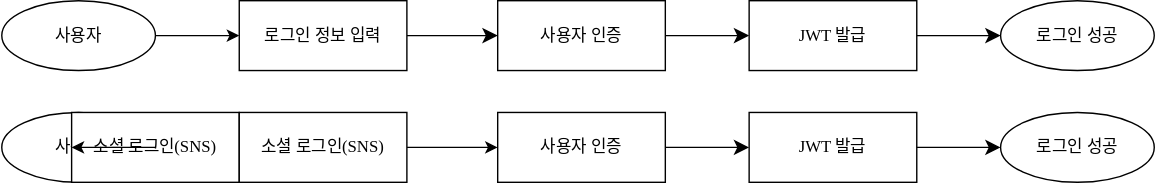
seculoper235/TEST-STUDY keeps this draw.io diagram as task_flow.drawio.svg. Above is the earlier version. Source tidied: cells renumbered, new cells last; positions are measured from the earlier drawing's top-left corner, leaving out a move shared by most shapes.
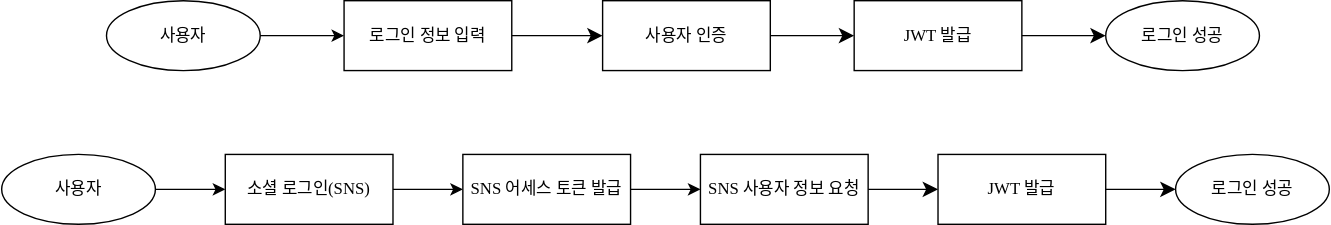
After the change.

Commit message:
[Business] 플로우에 소셜 로그인 추가 2

The edit, as a diff of the source:
```diff
@@ -29,43 +29,38 @@
     <mxCell id="10" value="&lt;span style=&quot;font-family: Verdana;&quot;&gt;로그인 성공&lt;/span&gt;" style="ellipse;whiteSpace=wrap;html=1;" parent="1" vertex="1">
       <mxGeometry x="715" width="110" height="50" as="geometry" />
     </mxCell>
-    <mxCell id="11" style="edgeStyle=none;html=1;labelBackgroundColor=none;startFill=0;startSize=8;endFill=1;endSize=8;fontFamily=Verdana;fontSize=12;exitX=1;exitY=0.5;exitDx=0;exitDy=0;entryX=0;entryY=0.5;entryDx=0;entryDy=0;" parent="1" edge="1" source="15" target="16">
+    <mxCell id="11" style="edgeStyle=none;html=1;labelBackgroundColor=none;startFill=0;startSize=8;endFill=1;endSize=8;fontFamily=Verdana;fontSize=12;exitX=1;exitY=0.5;exitDx=0;exitDy=0;entryX=0;entryY=0.5;entryDx=0;entryDy=0;" parent="1" edge="1" source="23" target="16">
       <mxGeometry relative="1" as="geometry" />
     </mxCell>
-    <mxCell id="12" style="edgeStyle=orthogonalEdgeStyle;rounded=0;jettySize=auto;html=1;exitX=1;exitY=0.5;exitDx=0;exitDy=0;entryX=0;entryY=0.5;entryDx=0;entryDy=0;" parent="1" edge="1" source="14" target="20">
-      <mxGeometry relative="1" as="geometry" />
-    </mxCell>
     <mxCell id="13" value="사용자" style="ellipse;whiteSpace=wrap;html=1;" parent="1" vertex="1">
-      <mxGeometry y="80" width="110" height="50" as="geometry" />
+      <mxGeometry x="-75" y="110" width="110" height="50" as="geometry" />
     </mxCell>
-    <mxCell id="14" value="소셜 로그인(SNS)" style="whiteSpace=wrap;html=1;rounded=0;shadow=0;comic=0;labelBackgroundColor=none;strokeWidth=1;fontFamily=Verdana;fontSize=12;align=center;" parent="1" vertex="1">
-      <mxGeometry x="50" y="80" width="120" height="50" as="geometry" />
-    </mxCell>
-    <mxCell id="15" value="사용자 인증" style="whiteSpace=wrap;html=1;rounded=0;shadow=0;comic=0;labelBackgroundColor=none;strokeWidth=1;fontFamily=Verdana;fontSize=12;align=center;" parent="1" vertex="1">
-      <mxGeometry x="355" y="80" width="120" height="50" as="geometry" />
-    </mxCell>
     <mxCell id="16" value="JWT 발급" style="whiteSpace=wrap;html=1;rounded=0;shadow=0;comic=0;labelBackgroundColor=none;strokeWidth=1;fontFamily=Verdana;fontSize=12;align=center;" parent="1" vertex="1">
-      <mxGeometry x="535" y="80" width="120" height="50" as="geometry" />
+      <mxGeometry x="595" y="110" width="120" height="50" as="geometry" />
     </mxCell>
-    <mxCell id="17" style="endArrow=classic;html=1;rounded=0;exitX=1;exitY=0.5;exitDx=0;exitDy=0;entryX=0;entryY=0.5;entryDx=0;entryDy=0;" parent="1" edge="1" source="13" target="14">
+    <mxCell id="17" style="endArrow=classic;html=1;rounded=0;exitX=1;exitY=0.5;exitDx=0;exitDy=0;entryX=0;entryY=0.5;entryDx=0;entryDy=0;" parent="1" edge="1" source="13" target="20">
       <mxGeometry relative="1" as="geometry" />
     </mxCell>
-    <mxCell id="18" style="edgeStyle=none;html=1;labelBackgroundColor=none;startFill=0;startSize=8;endFill=1;endSize=8;fontFamily=Verdana;fontSize=12;exitX=1;exitY=0.5;exitDx=0;exitDy=0;entryX=0;entryY=0.5;entryDx=0;entryDy=0;" parent="1" edge="1" source="22">
-      <mxGeometry relative="1" as="geometry">
-        <mxPoint x="785" y="105" as="targetPoint" />
-      </mxGeometry>
-    </mxCell>
-    <mxCell id="19" style="edgeStyle=orthogonalEdgeStyle;rounded=0;jettySize=auto;html=1;exitX=1;exitY=0.5;exitDx=0;exitDy=0;entryX=0;entryY=0.5;entryDx=0;entryDy=0;" parent="1" edge="1" source="20" target="15">
+    <mxCell id="19" style="edgeStyle=orthogonalEdgeStyle;rounded=0;jettySize=auto;html=1;exitX=1;exitY=0.5;exitDx=0;exitDy=0;entryX=0;entryY=0.5;entryDx=0;entryDy=0;" parent="1" edge="1" source="25" target="23">
       <mxGeometry relative="1" as="geometry" />
     </mxCell>
     <mxCell id="20" value="소셜 로그인(SNS)" style="whiteSpace=wrap;html=1;rounded=0;shadow=0;comic=0;labelBackgroundColor=none;strokeWidth=1;fontFamily=Verdana;fontSize=12;align=center;" parent="1" vertex="1">
-      <mxGeometry x="170" y="80" width="120" height="50" as="geometry" />
+      <mxGeometry x="85" y="110" width="120" height="50" as="geometry" />
     </mxCell>
     <mxCell id="21" style="edgeStyle=none;html=1;labelBackgroundColor=none;startFill=0;startSize=8;endFill=1;endSize=8;fontFamily=Verdana;fontSize=12;exitX=1;exitY=0.5;exitDx=0;exitDy=0;entryX=0;entryY=0.5;entryDx=0;entryDy=0;" parent="1" edge="1" source="16" target="22">
       <mxGeometry relative="1" as="geometry" />
     </mxCell>
     <mxCell id="22" value="&lt;span style=&quot;font-family: Verdana;&quot;&gt;로그인 성공&lt;/span&gt;" style="ellipse;whiteSpace=wrap;html=1;" parent="1" vertex="1">
-      <mxGeometry x="715" y="80" width="110" height="50" as="geometry" />
+      <mxGeometry x="765" y="110" width="110" height="50" as="geometry" />
     </mxCell>
+    <mxCell id="23" value="SNS 사용자 정보 요청" style="whiteSpace=wrap;html=1;rounded=0;shadow=0;comic=0;labelBackgroundColor=none;strokeWidth=1;fontFamily=Verdana;fontSize=12;align=center;" parent="1" vertex="1">
+      <mxGeometry x="425" y="110" width="120" height="50" as="geometry" />
+    </mxCell>
+    <mxCell id="24" style="endArrow=classic;html=1;rounded=0;exitX=1;exitY=0.5;exitDx=0;exitDy=0;entryX=0;entryY=0.5;entryDx=0;entryDy=0;" parent="1" edge="1" source="20" target="25">
+      <mxGeometry relative="1" as="geometry" />
+    </mxCell>
+    <mxCell id="25" value="SNS 어세스 토큰 발급" style="whiteSpace=wrap;html=1;rounded=0;shadow=0;comic=0;labelBackgroundColor=none;strokeWidth=1;fontFamily=Verdana;fontSize=12;align=center;" parent="1" vertex="1">
+      <mxGeometry x="255" y="110" width="120" height="50" as="geometry" />
+    </mxCell>
   </root>
 </mxGraphModel>
```
